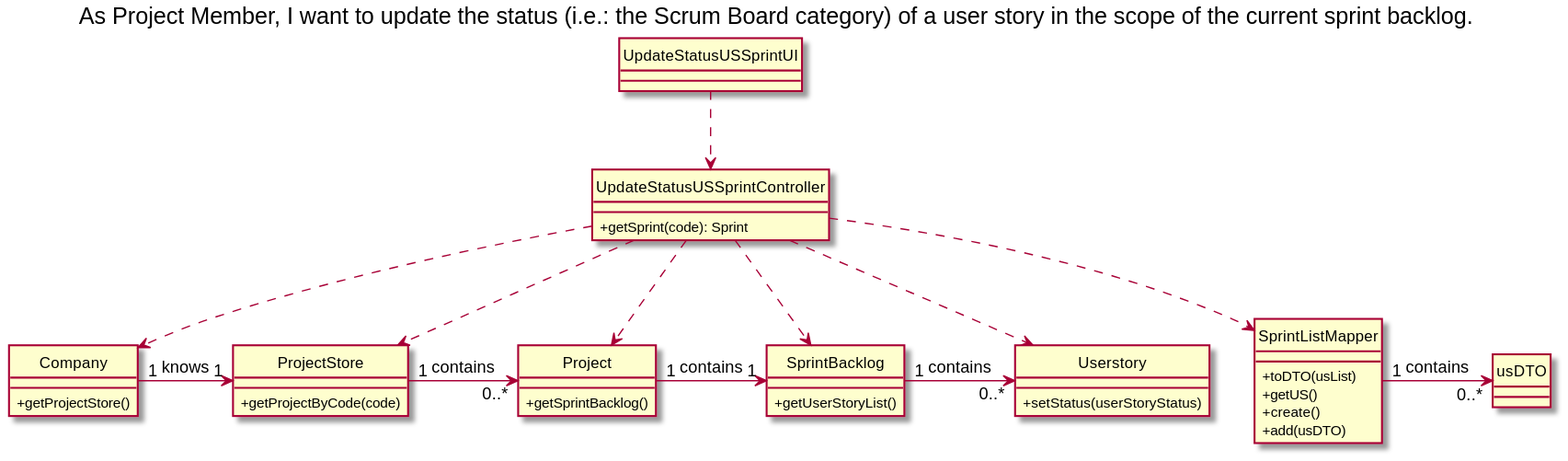
This is docs/Sprint3/US034/US034-CD.svg from nunogon1211787/projectManagement, a PlantUML export, as it was before one commit.
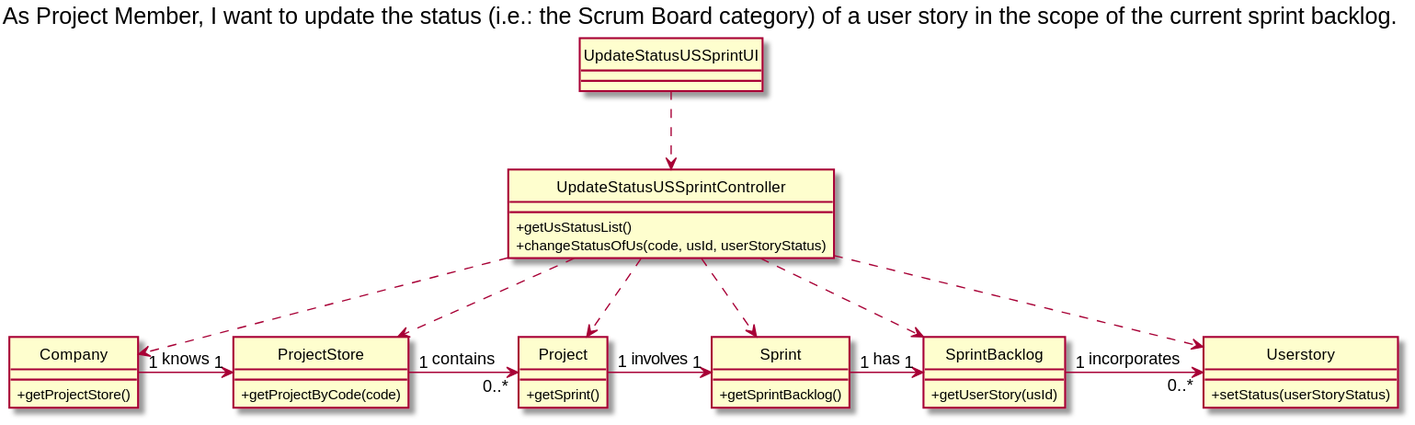
After the change.

Change to the diagram source:
```diff
@@ -9,7 +9,8 @@
 }
 
 class UpdateStatusUSSprintController {
-    +getSprint(code): Sprint
+    +getUsStatusList()
+    +changeStatusOfUs(code, usId, userStoryStatus)
 }
 
 class Company {
@@ -21,26 +22,19 @@
 }
 
 class Project {
+    +getSprint()
+}
+
+class Sprint {
     +getSprintBacklog()
 }
 
 class SprintBacklog {
-    +getUserStoryList()
-}
-
-class SprintListMapper {
-    +toDTO(usList)
-    +getUS()
-    +create()
-    +add(usDTO)
+    +getUserStory(usId)
 }
 
 class Userstory {
     +setStatus(userStoryStatus)
-}
-
-class usDTO {
-
 }
 
 
@@ -53,9 +47,9 @@
 
 UpdateStatusUSSprintController ..> Project
 
+UpdateStatusUSSprintController ..> Sprint
+
 UpdateStatusUSSprintController ..> SprintBacklog
-
-UpdateStatusUSSprintController ..> SprintListMapper
 
 UpdateStatusUSSprintController ..> Userstory
 
@@ -63,10 +57,11 @@
 
 ProjectStore "1" -> "0..*" Project: contains
 
-Project "1" -> "1" SprintBacklog: contains
+Project "1" -> "1" Sprint: involves
 
-SprintBacklog "1" -> "0..*" Userstory: contains
+Sprint "1" -> "1" SprintBacklog: has
 
-SprintListMapper"1" -> "0..*" usDTO: contains
+SprintBacklog "1" -> "0..*" Userstory: incorporates
+
 
 @enduml
```
